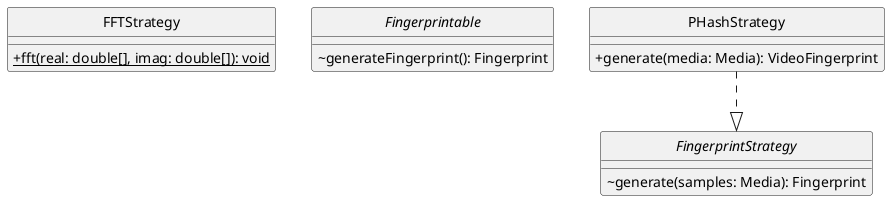
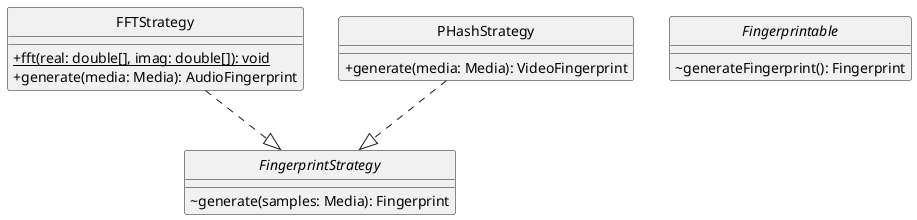
' Generated by UML Generator
- ' Encoded: TP4zJyD038Pt_mgFgK0LSmPKbWW69AHMB8Z1lNDIYxjBv7EGe9JVphL8RSF7w8_tyMjxaOtKnXWWlqWQI2cY2vJpZPdAUZI-StrQoZlZ5Mp4CpfH5nZWq8LDirgQad7tXbj0lDWMe8dROTjQfKoXHj-Fwy1FpvSeaRfJFAlnjHSFEm19njgIOsmaTQo3bWoLhWFqi-F4-o5dnQgepy9_8HDtHr2LAGw1Suttx8L-ixwtUxYbl9dkToJ4lV2aVootwNz0flBv_EFwBsUmuEJB1xu0
- ' URL: http://www.plantuml.com/plantuml/uml/TP4zJyD038Pt_mgFgK0LSmPKbWW69AHMB8Z1lNDIYxjBv7EGe9JVphL8RSF7w8_tyMjxaOtKnXWWlqWQI2cY2vJpZPdAUZI-StrQoZlZ5Mp4CpfH5nZWq8LDirgQad7tXbj0lDWMe8dROTjQfKoXHj-Fwy1FpvSeaRfJFAlnjHSFEm19njgIOsmaTQo3bWoLhWFqi-F4-o5dnQgepy9_8HDtHr2LAGw1Suttx8L-ixwtUxYbl9dkToJ4lV2aVootwNz0flBv_EFwBsUmuEJB1xu0
- ' Generated on: 2026-04-12T18:14:11.967058600
+ ' Encoded: ZP51ImCn48Nlyolck4KfdlSWxMNHWo1KUX4FqsHsEpJ9BicieBN-ThCLxMwnu6a8R_BblPT5KehQUmTf9w6ZI1wDevIMgb4slVAzQSDAtXblO2kMqKWqZW6EMrXLJokDfDoyuHuGh_OPg68EMDTQH2PNectxZUFdbsiKJytfF2lnjHKxt6euy40fF5kX4X-6aVLbRwMj93GSkoX1uG2G1yUQ3ED8e4my6lZyGOt48fF-0vaa-GKLYNpdE9rSdR6-ctYyexITTd4frJhtU9vgNEHy_d7xbo-Old5nRS71vY_z0W
+ ' URL: http://www.plantuml.com/plantuml/uml/ZP51ImCn48Nlyolck4KfdlSWxMNHWo1KUX4FqsHsEpJ9BicieBN-ThCLxMwnu6a8R_BblPT5KehQUmTf9w6ZI1wDevIMgb4slVAzQSDAtXblO2kMqKWqZW6EMrXLJokDfDoyuHuGh_OPg68EMDTQH2PNectxZUFdbsiKJytfF2lnjHKxt6euy40fF5kX4X-6aVLbRwMj93GSkoX1uG2G1yUQ3ED8e4my6lZyGOt48fF-0vaa-GKLYNpdE9rSdR6-ctYyexITTd4frJhtU9vgNEHy_d7xbo-Old5nRS71vY_z0W
+ ' Generated on: 2026-04-13T10:09:10.000697600

@startuml
skinparam classAttributeIconSize 0
hide circle

class FFTStrategy {
  +{static} fft(real: double[], imag: double[]): void
+   +generate(media: Media): AudioFingerprint
}

interface Fingerprintable {
  ~generateFingerprint(): Fingerprint
}

interface FingerprintStrategy {
  ~generate(samples: Media): Fingerprint
}

class PHashStrategy {
  +generate(media: Media): VideoFingerprint
}

+ FFTStrategy ..|> FingerprintStrategy
PHashStrategy ..|> FingerprintStrategy
@enduml